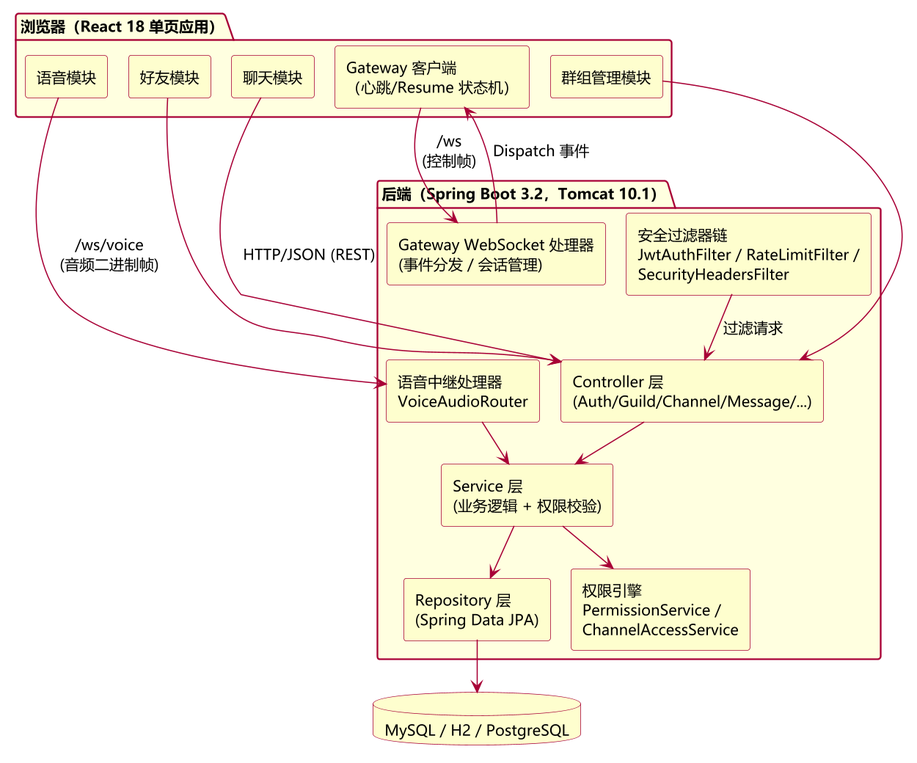
This is docs/figures/fig4-1-architecture.png from Siegfried-Crowley/Chorus, a PlantUML export, as it was before one commit.
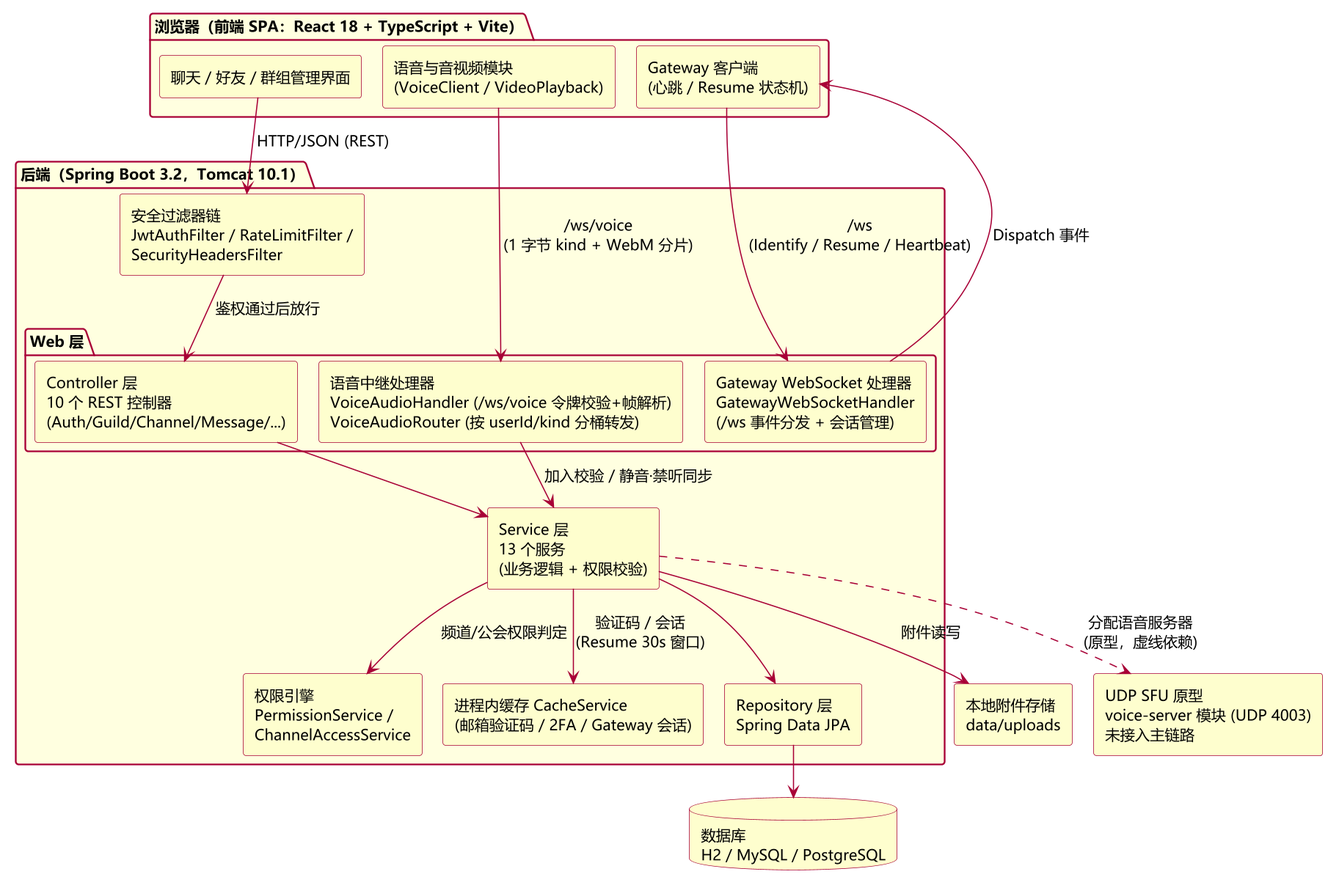
Later version of the same file.

What changed in the source:
```diff
@@ -21,38 +21,48 @@
   BackgroundColor #FEFECE
   BorderColor #A80036
 }
+skinparam note {
+  BackgroundColor #FFF3C4
+  BorderColor #A80036
+}
 
-package "浏览器（React 18 单页应用）" {
-  component "聊天模块" as chat
-  component "语音模块" as voice
-  component "好友模块" as friend
-  component "群组管理模块" as guild
-  component "Gateway 客户端\n（心跳/Resume 状态机）" as gwclient
+package "浏览器（前端 SPA：React 18 + TypeScript + Vite）" {
+  component "聊天 / 好友 / 群组管理界面" as chat
+  component "语音与音视频模块\n(VoiceClient / VideoPlayback)" as voice
+  component "Gateway 客户端\n(心跳 / Resume 状态机)" as gwclient
 }
 
 package "后端（Spring Boot 3.2，Tomcat 10.1）" {
-  component "Controller 层\n(Auth/Guild/Channel/Message/...)" as ctrl
-  component "Service 层\n(业务逻辑 + 权限校验)" as svc
-  component "Repository 层\n(Spring Data JPA)" as repo
+  component "安全过滤器链\nJwtAuthFilter / RateLimitFilter /\nSecurityHeadersFilter" as sec
+
+  package "Web 层" {
+    component "Controller 层\n10 个 REST 控制器\n(Auth/Guild/Channel/Message/...)" as ctrl
+    component "Gateway WebSocket 处理器\nGatewayWebSocketHandler\n(/ws 事件分发 + 会话管理)" as gateway
+    component "语音中继处理器\nVoiceAudioHandler (/ws/voice 令牌校验+帧解析)\nVoiceAudioRouter (按 userId/kind 分桶转发)" as relay
+  }
+
+  component "Service 层\n13 个服务\n(业务逻辑 + 权限校验)" as svc
   component "权限引擎\nPermissionService /\nChannelAccessService" as perm
-  component "安全过滤器链\nJwtAuthFilter / RateLimitFilter /\nSecurityHeadersFilter" as sec
-  component "Gateway WebSocket 处理器\n(事件分发 / 会话管理)" as gateway
-  component "语音中继处理器\nVoiceAudioRouter" as relay
+  component "进程内缓存 CacheService\n(邮箱验证码 / 2FA / Gateway 会话)" as cache
+  component "Repository 层\nSpring Data JPA" as repo
 }
 
-database "MySQL / H2 / PostgreSQL" as db
+database "数据库\nH2 / MySQL / PostgreSQL" as db
+component "本地附件存储\ndata/uploads" as storage
+component "UDP SFU 原型\nvoice-server 模块 (UDP 4003)\n未接入主链路" as sfu
 
-chat --> ctrl : HTTP/JSON (REST)
-friend --> ctrl
-guild --> ctrl
-voice --> relay : /ws/voice\n(音频二进制帧)
-gwclient --> gateway : /ws\n(控制帧)
+chat --> sec : HTTP/JSON (REST)
+voice --> relay : /ws/voice\n(1 字节 kind + WebM 分片)
+gwclient --> gateway : /ws\n(Identify / Resume / Heartbeat)
 gwclient <-- gateway : Dispatch 事件
 
+sec --> ctrl : 鉴权通过后放行
 ctrl --> svc
 svc --> repo
-svc --> perm
-sec --> ctrl : 过滤请求
-relay --> svc
 repo --> db
+svc --> perm : 频道/公会权限判定
+svc --> cache : 验证码 / 会话\n(Resume 30s 窗口)
+svc --> storage : 附件读写
+relay --> svc : 加入校验 / 静音·禁听同步
+svc ..> sfu : 分配语音服务器\n(原型，虚线依赖)
 @enduml
```
